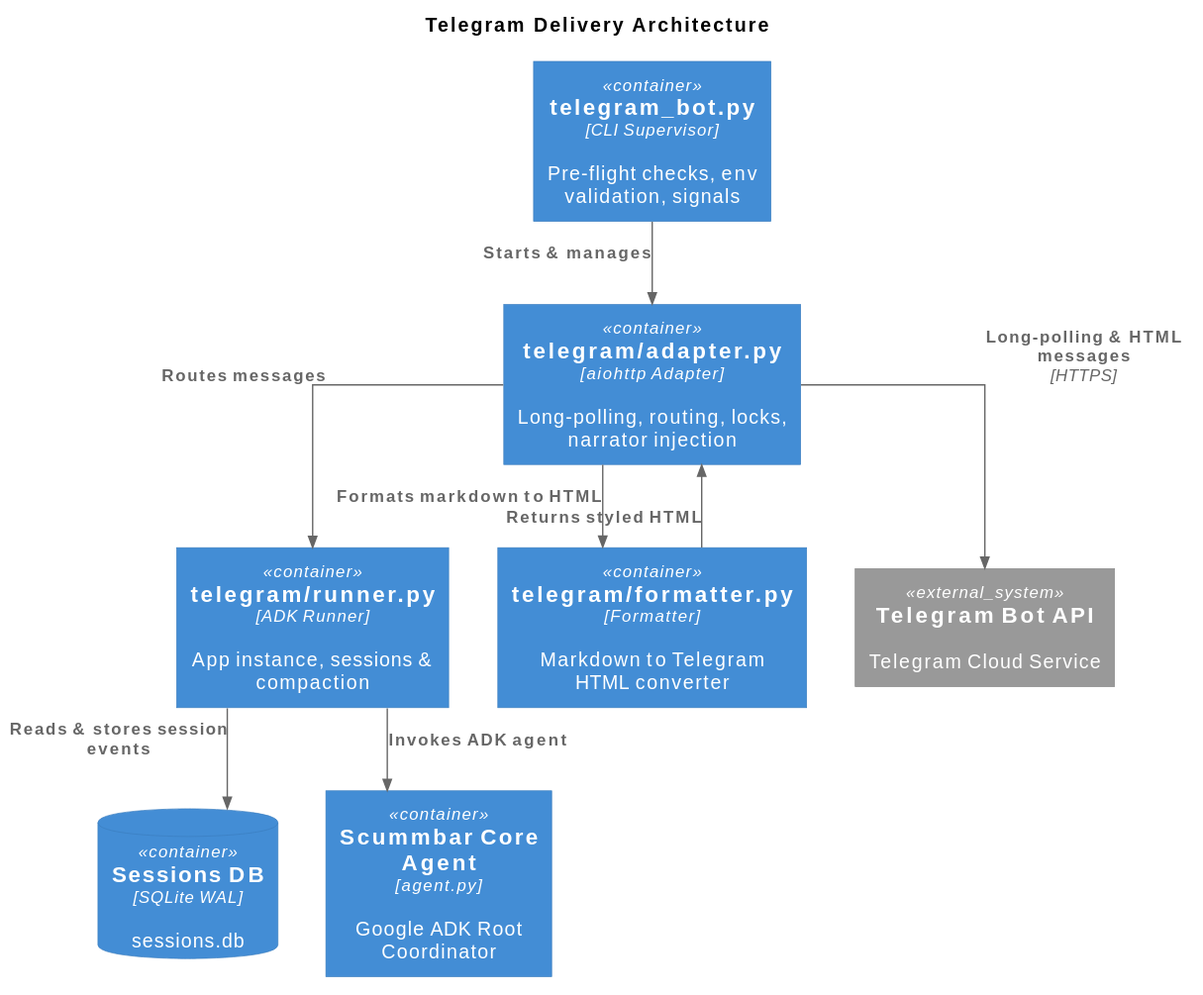
Before: assets/telegram_delivery_architecture.svg, a diagram exported from PlantUML (goldfix/ScummBarAI).
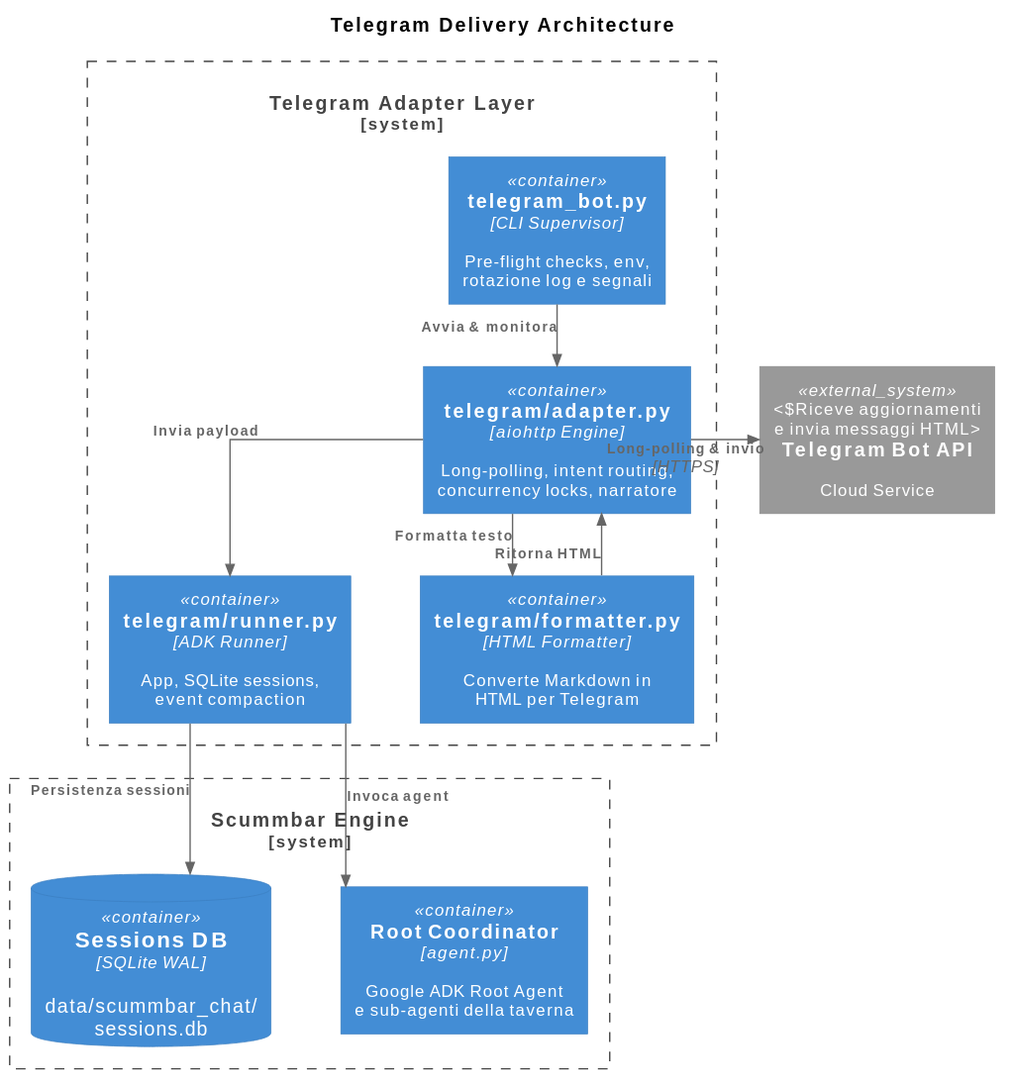
The same diagram one commit later.

Diff of the diagram source:
```diff
@@ -1,23 +1,35 @@
 @startuml
 !include <C4/C4_Container>
+
 skinparam linetype ortho
+skinparam nodesep 50
+skinparam ranksep 45
+skinparam rectangleFontSize 12
+skinparam arrowFontSize 10
+skinparam defaultTextAlignment center
+skinparam wrapWidth 180
 
 title Telegram Delivery Architecture
 
-Container(sup, "telegram_bot.py", "CLI Supervisor", "Pre-flight checks, env validation, signals")
-Container(adapter, "telegram/adapter.py", "aiohttp Adapter", "Long-polling, routing, locks, narrator injection")
-Container(runner, "telegram/runner.py", "ADK Runner", "App instance, sessions & compaction")
-Container(formatter, "telegram/formatter.py", "Formatter", "Markdown to Telegram HTML converter")
+System_Ext(tg, "Telegram Bot API", "Cloud Service", "Riceve aggiornamenti\ne invia messaggi HTML")
 
-System_Ext(tg, "Telegram Bot API", "Telegram Cloud Service")
-ContainerDb(db, "Sessions DB", "SQLite WAL", "sessions.db")
-Container(core, "Scummbar Core Agent", "agent.py", "Google ADK Root Coordinator")
+System_Boundary(tg_layer, "Telegram Adapter Layer") {
+    Container(sup, "telegram_bot.py", "CLI Supervisor", "Pre-flight checks, env,\nrotazione log e segnali")
+    Container(adapter, "telegram/adapter.py", "aiohttp Engine", "Long-polling, intent routing,\nconcurrency locks, narratore")
+    Container(formatter, "telegram/formatter.py", "HTML Formatter", "Converte Markdown in\nHTML per Telegram")
+    Container(runner, "telegram/runner.py", "ADK Runner", "App, SQLite sessions,\nevent compaction")
+}
 
-Rel(sup, adapter, "Starts & manages")
-Rel(adapter, tg, "Long-polling & HTML messages", "HTTPS")
-Rel(adapter, runner, "Routes messages")
-Rel(adapter, formatter, "Formats markdown to HTML")
-Rel(runner, db, "Reads & stores session events")
-Rel(runner, core, "Invokes ADK agent")
-Rel(formatter, adapter, "Returns styled HTML")
+System_Boundary(core_layer, "Scummbar Engine") {
+    Container(core, "Root Coordinator", "agent.py", "Google ADK Root Agent\ne sub-agenti della taverna")
+    ContainerDb(db, "Sessions DB", "SQLite WAL", "data/scummbar_chat/\nsessions.db")
+}
+
+Rel_D(sup, adapter, "Avvia & monitora")
+Rel_R(adapter, tg, "Long-polling & invio", "HTTPS")
+Rel_D(adapter, formatter, "Formatta testo")
+Rel_U(formatter, adapter, "Ritorna HTML")
+Rel_D(adapter, runner, "Invia payload")
+Rel_D(runner, core, "Invoca agent")
+Rel_R(runner, db, "Persistenza sessioni")
 @enduml
```
